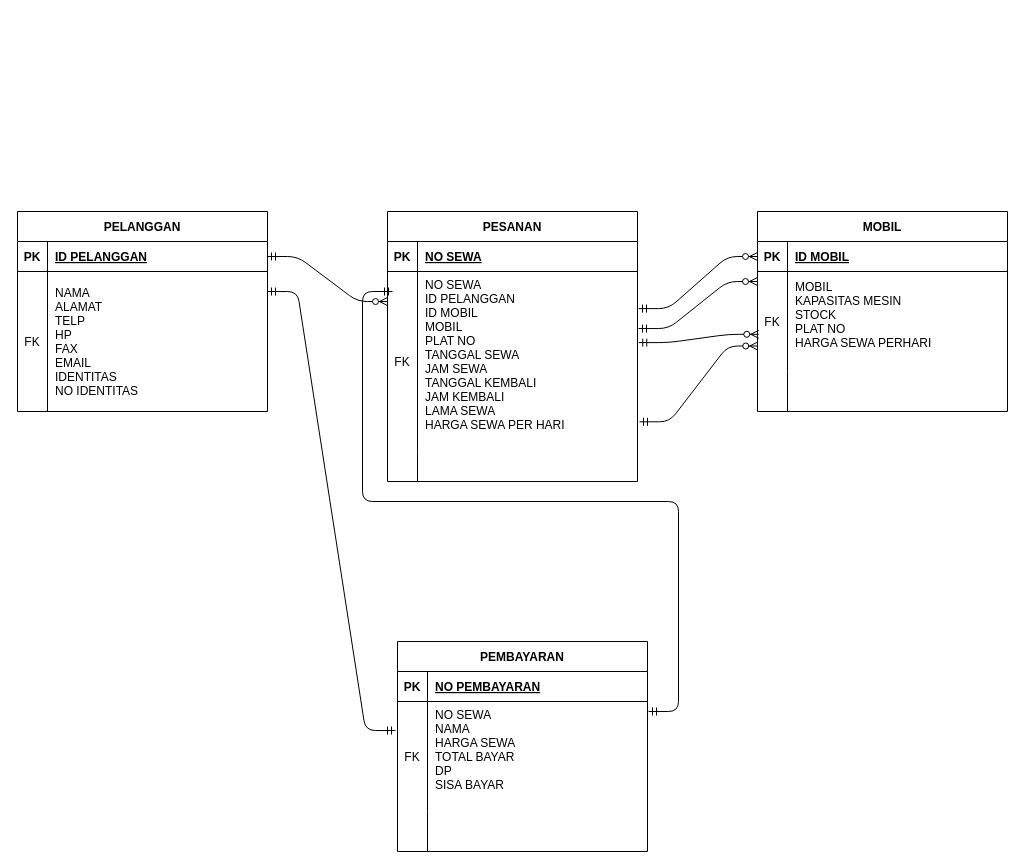
Above: Untitled Diagram.drawio in leni-11/team7itp (draw.io), before the change. Source tidied: cells renumbered, new cells numbered last; positions are measured from the earlier drawing's top-left corner, leaving out a move shared by most shapes. Both pictures are drawn from the tidied source at 100%, with x=0, y=0 at pixel (17, 211).
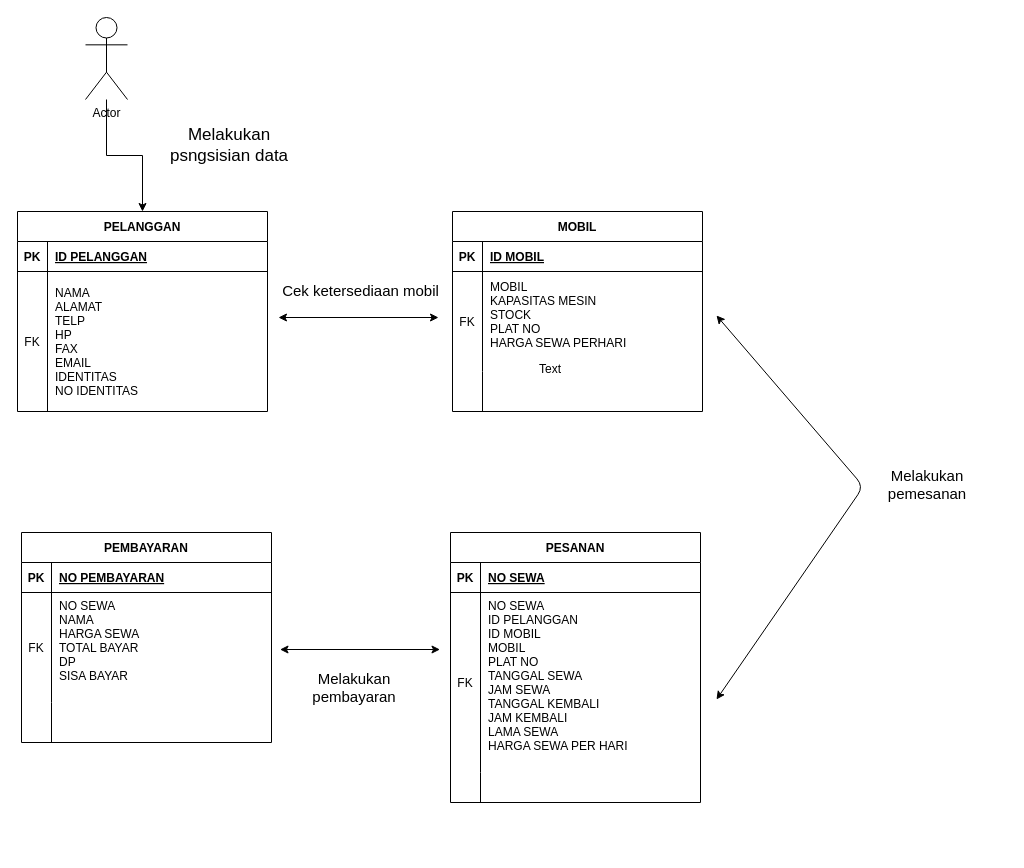
The same page after the edit.

The change refers to these unchanged cells:
```xml
<mxCell id="3" style="shape=partialRectangle;fillColor=none;points=[[0,0.5],[1,0.5]];portConstraint=eastwest;top=0;left=0;right=0;bottom=1;" parent="2" vertex="1">
  <mxGeometry y="30" width="250" height="30" as="geometry" />
</mxCell>
<mxCell id="6" style="shape=partialRectangle;fillColor=none;points=[[0,0.5],[1,0.5]];portConstraint=eastwest;top=0;left=0;right=0;bottom=0;" parent="2" vertex="1">
  <mxGeometry y="60" width="250" height="100" as="geometry" />
</mxCell>
<mxCell id="16" style="shape=partialRectangle;fillColor=none;points=[[0,0.5],[1,0.5]];portConstraint=eastwest;top=0;left=0;right=0;bottom=0;" parent="12" vertex="1">
  <mxGeometry y="60" width="250" height="180" as="geometry" />
</mxCell>
<mxCell id="22" value="PELANGGAN" style="shape=table;startSize=30;childLayout=tableLayout;rowLines=0;fontStyle=1;align=center;" parent="1" vertex="1">
  <mxGeometry width="250" height="200" as="geometry" />
</mxCell>
<mxCell id="23" style="shape=partialRectangle;fillColor=none;points=[[0,0.5],[1,0.5]];portConstraint=eastwest;top=0;left=0;right=0;bottom=1;" parent="22" vertex="1">
  <mxGeometry y="30" width="250" height="30" as="geometry" />
</mxCell>
<mxCell id="26" style="shape=partialRectangle;fillColor=none;points=[[0,0.5],[1,0.5]];portConstraint=eastwest;top=0;left=0;right=0;bottom=0;" parent="22" vertex="1">
  <mxGeometry y="60" width="250" height="140" as="geometry" />
</mxCell>
<mxCell id="33" style="shape=partialRectangle;fillColor=none;points=[[0,0.5],[1,0.5]];portConstraint=eastwest;top=0;left=0;right=0;bottom=0;" parent="29" vertex="1">
  <mxGeometry y="60" width="250" height="110" as="geometry" />
</mxCell>
```

What changed in the source:
```diff
@@
     <mxCell id="2" value="MOBIL" style="shape=table;startSize=30;childLayout=tableLayout;rowLines=0;fontStyle=1;align=center;" parent="1" vertex="1">
-      <mxGeometry x="740" width="250" height="200" as="geometry" />
+      <mxGeometry x="435" width="250" height="200" as="geometry" />
     </mxCell>
@@
     <mxCell id="12" value="PESANAN" style="shape=table;startSize=30;childLayout=tableLayout;rowLines=0;fontStyle=1;align=center;" parent="1" vertex="1">
-      <mxGeometry x="370" width="250" height="270" as="geometry" />
+      <mxGeometry x="433" y="321" width="250" height="270" as="geometry" />
     </mxCell>
@@
     <mxCell id="29" value="PEMBAYARAN" style="shape=table;startSize=30;childLayout=tableLayout;rowLines=0;fontStyle=1;align=center;" parent="1" vertex="1">
-      <mxGeometry x="380" y="430" width="250" height="210" as="geometry" />
+      <mxGeometry x="4" y="321" width="250" height="210" as="geometry" />
     </mxCell>
@@
-    <mxCell id="39" style="edgeStyle=entityRelationEdgeStyle;fontSize=12;html=1;endArrow=ERzeroToMany;startArrow=ERmandOne;exitX=1;exitY=0.5;exitDx=0;exitDy=0;entryX=0;entryY=0.167;entryDx=0;entryDy=0;entryPerimeter=0;" parent="1" edge="1" source="23" target="16">
-      <mxGeometry relative="1" as="geometry" />
-    </mxCell>
-    <mxCell id="40" style="edgeStyle=entityRelationEdgeStyle;fontSize=12;html=1;endArrow=ERzeroToMany;startArrow=ERmandOne;exitX=1.005;exitY=0.395;exitDx=0;exitDy=0;exitPerimeter=0;entryX=0.005;entryY=0.628;entryDx=0;entryDy=0;entryPerimeter=0;" parent="1" edge="1" source="16" target="6">
-      <mxGeometry relative="1" as="geometry" />
-    </mxCell>
-    <mxCell id="41" style="edgeStyle=entityRelationEdgeStyle;fontSize=12;html=1;endArrow=ERzeroToMany;startArrow=ERmandOne;entryX=0.001;entryY=0.745;entryDx=0;entryDy=0;entryPerimeter=0;exitX=1.008;exitY=0.835;exitDx=0;exitDy=0;exitPerimeter=0;" parent="1" edge="1" source="16" target="6">
-      <mxGeometry relative="1" as="geometry" />
-    </mxCell>
-    <mxCell id="42" style="edgeStyle=entityRelationEdgeStyle;fontSize=12;html=1;endArrow=ERmandOne;startArrow=ERmandOne;exitX=1.004;exitY=0.091;exitDx=0;exitDy=0;exitPerimeter=0;" parent="1" edge="1" source="33">
-      <mxGeometry relative="1" as="geometry">
-        <mxPoint x="375" y="80" as="targetPoint" />
-      </mxGeometry>
-    </mxCell>
-    <mxCell id="43" style="edgeStyle=entityRelationEdgeStyle;fontSize=12;html=1;endArrow=ERzeroToMany;startArrow=ERmandOne;entryX=0;entryY=0.1;entryDx=0;entryDy=0;entryPerimeter=0;exitX=1.004;exitY=0.317;exitDx=0;exitDy=0;exitPerimeter=0;" parent="1" edge="1" source="16" target="6">
-      <mxGeometry relative="1" as="geometry" />
-    </mxCell>
-    <mxCell id="44" style="edgeStyle=entityRelationEdgeStyle;fontSize=12;html=1;endArrow=ERzeroToMany;startArrow=ERmandOne;exitX=1.004;exitY=0.317;exitDx=0;exitDy=0;exitPerimeter=0;entryX=0;entryY=0.5;entryDx=0;entryDy=0;" parent="1" edge="1" target="3">
-      <mxGeometry relative="1" as="geometry">
-        <mxPoint x="621" y="97.1" as="sourcePoint" />
-      </mxGeometry>
-    </mxCell>
-    <mxCell id="45" style="edgeStyle=entityRelationEdgeStyle;fontSize=12;html=1;endArrow=ERmandOne;startArrow=ERmandOne;entryX=1;entryY=0.143;entryDx=0;entryDy=0;entryPerimeter=0;exitX=-0.008;exitY=0.264;exitDx=0;exitDy=0;exitPerimeter=0;" parent="1" edge="1" source="33" target="26">
-      <mxGeometry relative="1" as="geometry" />
-    </mxCell>
+    <mxCell id="46" style="edgeStyle=orthogonalEdgeStyle;rounded=0;jettySize=auto;html=1;entryX=0.5;entryY=0;entryDx=0;entryDy=0;" parent="1" edge="1" source="47" target="22">
+      <mxGeometry relative="1" as="geometry" />
+    </mxCell>
+    <mxCell id="47" value="Actor" style="shape=umlActor;verticalLabelPosition=bottom;verticalAlign=top;html=1;" parent="1" vertex="1">
+      <mxGeometry x="68" y="-194" width="42" height="82" as="geometry" />
+    </mxCell>
+    <mxCell id="48" value="&lt;font style=&quot;font-size: 17px&quot;&gt;Melakukan psngsisian data&lt;/font&gt;" style="text;html=1;strokeColor=none;fillColor=none;align=center;verticalAlign=middle;whiteSpace=wrap;rounded=0;" parent="1" vertex="1">
+      <mxGeometry x="141" y="-86" width="142" height="40" as="geometry" />
+    </mxCell>
+    <mxCell id="49" style="endArrow=classic;startArrow=classic;html=1;" parent="1" edge="1">
+      <mxGeometry relative="1" as="geometry">
+        <mxPoint x="261" y="106" as="sourcePoint" />
+        <mxPoint x="421" y="106" as="targetPoint" />
+      </mxGeometry>
+    </mxCell>
+    <mxCell id="50" value="Text" style="text;html=1;strokeColor=none;fillColor=none;align=center;verticalAlign=middle;whiteSpace=wrap;rounded=0;" parent="1" vertex="1">
+      <mxGeometry x="513" y="148" width="40" height="20" as="geometry" />
+    </mxCell>
+    <mxCell id="51" value="&lt;font style=&quot;font-size: 15px&quot;&gt;Cek ketersediaan mobil&lt;/font&gt;" style="text;html=1;align=center;verticalAlign=middle;" parent="1" vertex="1">
+      <mxGeometry x="259" y="69" width="167" height="19" as="geometry" />
+    </mxCell>
+    <mxCell id="52" style="endArrow=classic;startArrow=classic;html=1;" parent="1" edge="1">
+      <mxGeometry relative="1" as="geometry">
+        <mxPoint x="699" y="104" as="sourcePoint" />
+        <mxPoint x="699" y="488" as="targetPoint" />
+        <Array as="points">
+          <mxPoint x="846" y="275" />
+        </Array>
+      </mxGeometry>
+    </mxCell>
+    <mxCell id="53" style="endArrow=classic;startArrow=classic;html=1;" parent="1" edge="1">
+      <mxGeometry relative="1" as="geometry">
+        <mxPoint x="262.5" y="438" as="sourcePoint" />
+        <mxPoint x="422.5" y="438" as="targetPoint" />
+      </mxGeometry>
+    </mxCell>
+    <mxCell id="54" value="&lt;font style=&quot;font-size: 15px&quot;&gt;Melakukan pemesanan&lt;/font&gt;" style="text;html=1;strokeColor=none;fillColor=none;align=center;verticalAlign=middle;whiteSpace=wrap;rounded=0;" parent="1" vertex="1">
+      <mxGeometry x="890" y="263" width="40" height="20" as="geometry" />
+    </mxCell>
+    <mxCell id="55" value="&lt;font style=&quot;font-size: 15px&quot;&gt;Melakukan pembayaran&lt;/font&gt;" style="text;html=1;strokeColor=none;fillColor=none;align=center;verticalAlign=middle;whiteSpace=wrap;rounded=0;" parent="1" vertex="1">
+      <mxGeometry x="317" y="466" width="40" height="20" as="geometry" />
+    </mxCell>
```
